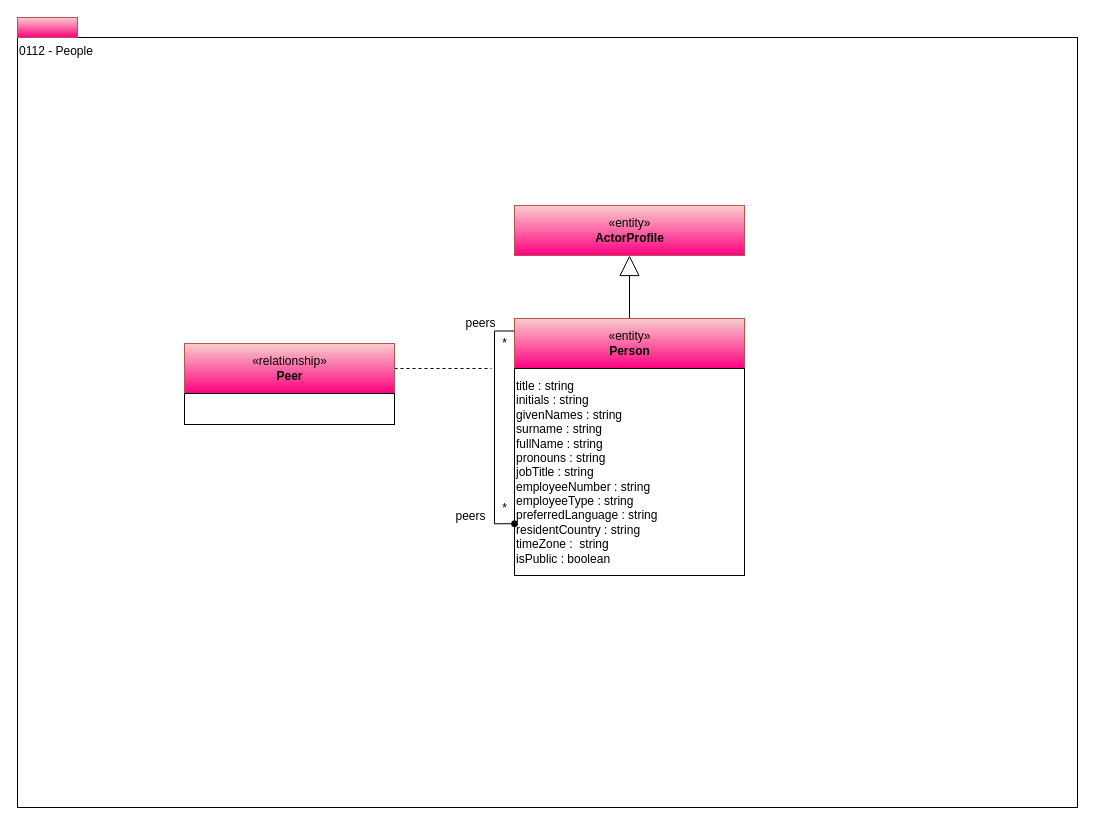
Before: page "0112-People" (3 of 16) of site/docs/types/1/area-1-collaboration.drawio in odpi/egeria-docs, a draw.io diagram. Source tidied: cells renumbered, new cells numbered last; positions are measured from the earlier drawing's top-left corner, leaving out a move shared by most shapes. Both pictures are drawn from the tidied source at 100%, with x=0, y=0 at pixel (17, 17).
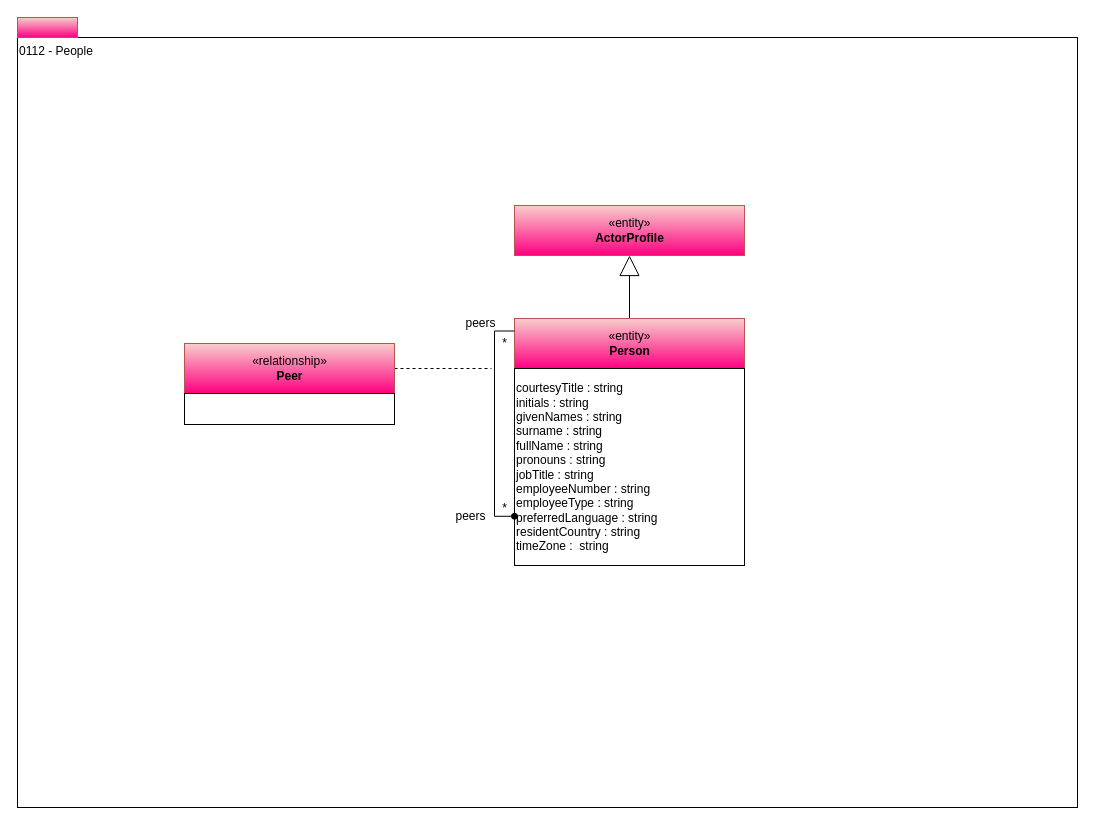
Above is the later version.

Diff of the diagram source:
```diff
@@
 <mxGraphModel>
   <root>
     <mxCell id="0" />
     <mxCell id="1" parent="0" />
     <mxCell id="2" value="0112 - People" style="rounded=0;whiteSpace=wrap;html=1;align=left;verticalAlign=top;" parent="1" vertex="1">
       <mxGeometry y="20" width="1060" height="770" as="geometry" />
     </mxCell>
     <mxCell id="3" style="edgeStyle=orthogonalEdgeStyle;rounded=0;jettySize=auto;html=1;exitX=0.5;exitY=0;exitDx=0;exitDy=0;endArrow=block;endFill=0;endSize=18;" parent="1" edge="1" source="4" target="7">
       <mxGeometry relative="1" as="geometry" />
     </mxCell>
     <mxCell id="4" value="«entity»&lt;br&gt;&lt;b&gt;Person&lt;/b&gt;" style="html=1;strokeColor=#b85450;align=center;fillColor=#f8cecc;gradientColor=#FF0080;" parent="1" vertex="1">
       <mxGeometry x="497" y="301" width="230" height="50" as="geometry" />
     </mxCell>
     <mxCell id="5" style="html=1;strokeColor=#b85450;align=center;fillColor=#f8cecc;gradientColor=#FF0080;" parent="1" vertex="1">
       <mxGeometry width="60" height="20" as="geometry" />
     </mxCell>
-    <mxCell id="6" value="title : string&lt;br&gt;initials : string&lt;br&gt;givenNames : string&lt;br&gt;surname : string&lt;br&gt;fullName : string&lt;br&gt;pronouns : string&lt;br&gt;jobTitle : string&lt;br&gt;employeeNumber : string&lt;br&gt;employeeType : string&lt;br&gt;preferredLanguage : string&lt;br&gt;residentCountry : string&lt;br&gt;timeZone :&amp;nbsp; string&lt;br&gt;isPublic : boolean" style="rounded=0;whiteSpace=wrap;html=1;align=left;" parent="1" vertex="1">
-      <mxGeometry x="497" y="351" width="230" height="207" as="geometry" />
+    <mxCell id="6" value="courtesyTitle : string&lt;br&gt;initials : string&lt;br&gt;givenNames : string&lt;br&gt;surname : string&lt;br&gt;fullName : string&lt;br&gt;pronouns : string&lt;br&gt;jobTitle : string&lt;br&gt;employeeNumber : string&lt;br&gt;employeeType : string&lt;br&gt;preferredLanguage : string&lt;br&gt;residentCountry : string&lt;br&gt;timeZone :&amp;nbsp; string" style="rounded=0;whiteSpace=wrap;html=1;align=left;" parent="1" vertex="1">
+      <mxGeometry x="497" y="351" width="230" height="197" as="geometry" />
     </mxCell>
     <mxCell id="7" value="«entity»&lt;br&gt;&lt;b&gt;ActorProfile&lt;/b&gt;" style="html=1;strokeColor=#b85450;align=center;fillColor=#f8cecc;gradientColor=#FF0080;" parent="1" vertex="1">
       <mxGeometry x="497" y="188" width="230" height="50" as="geometry" />
     </mxCell>
     <mxCell id="8" style="edgeStyle=orthogonalEdgeStyle;rounded=0;html=1;endArrow=none;endFill=0;jettySize=auto;dashed=1;" parent="1" edge="1" source="9">
       <mxGeometry relative="1" as="geometry">
         <mxPoint x="474" y="351" as="targetPoint" />
       </mxGeometry>
     </mxCell>
     <mxCell id="9" value="«relationship»&lt;br&gt;&lt;b&gt;Peer&lt;/b&gt;" style="html=1;strokeColor=#b85450;align=center;fillColor=#f8cecc;gradientColor=#FF0080;" parent="1" vertex="1">
       <mxGeometry x="167" y="326" width="210" height="50" as="geometry" />
     </mxCell>
     <mxCell id="10" style="rounded=0;whiteSpace=wrap;html=1;strokeColor=#000000;gradientColor=#ffffff;align=left;" parent="1" vertex="1">
       <mxGeometry x="167" y="376" width="210" height="31" as="geometry" />
     </mxCell>
     <mxCell id="11" value="*" style="text;html=1;align=center;verticalAlign=top;spacingTop=-4;" parent="1" vertex="1">
       <mxGeometry x="477" y="316" width="20" height="20" as="geometry" />
     </mxCell>
     <mxCell id="12" value="*" style="text;html=1;align=center;verticalAlign=top;spacingTop=-4;" parent="1" vertex="1">
       <mxGeometry x="477" y="481" width="20" height="20" as="geometry" />
     </mxCell>
     <mxCell id="13" value="peers" style="text;html=1;align=center;verticalAlign=top;spacingTop=-4;" parent="1" vertex="1">
       <mxGeometry x="438" y="296" width="50" height="20" as="geometry" />
     </mxCell>
     <mxCell id="14" value="peers" style="text;html=1;align=center;verticalAlign=top;spacingTop=-4;" parent="1" vertex="1">
       <mxGeometry x="428" y="488.5" width="50" height="20" as="geometry" />
     </mxCell>
     <mxCell id="15" style="edgeStyle=orthogonalEdgeStyle;rounded=0;html=1;exitX=0;exitY=0.25;entryX=0;entryY=0.75;endArrow=oval;endFill=1;jettySize=auto;" parent="1" edge="1" source="4" target="6">
       <mxGeometry relative="1" as="geometry" />
     </mxCell>
   </root>
 </mxGraphModel>
```
